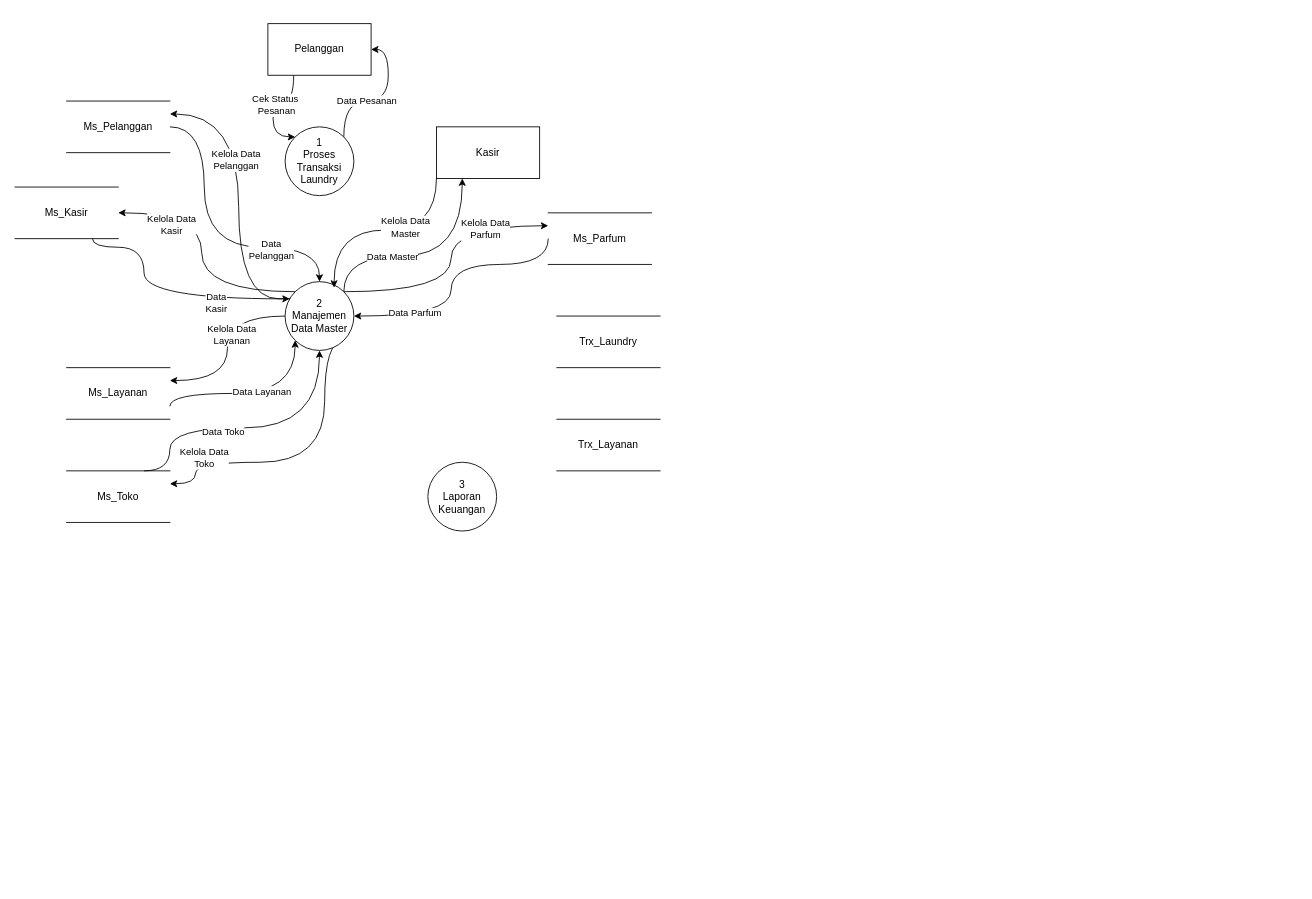
Before: DFD1.drawio in xnoname2003/flowchart, a draw.io diagram. Source tidied: cells renumbered, new cells numbered last; positions are measured from the earlier drawing's top-left corner, leaving out a move shared by most shapes. Both pictures are drawn from the tidied source at 86%, with x=0, y=0 at pixel (15, 23).
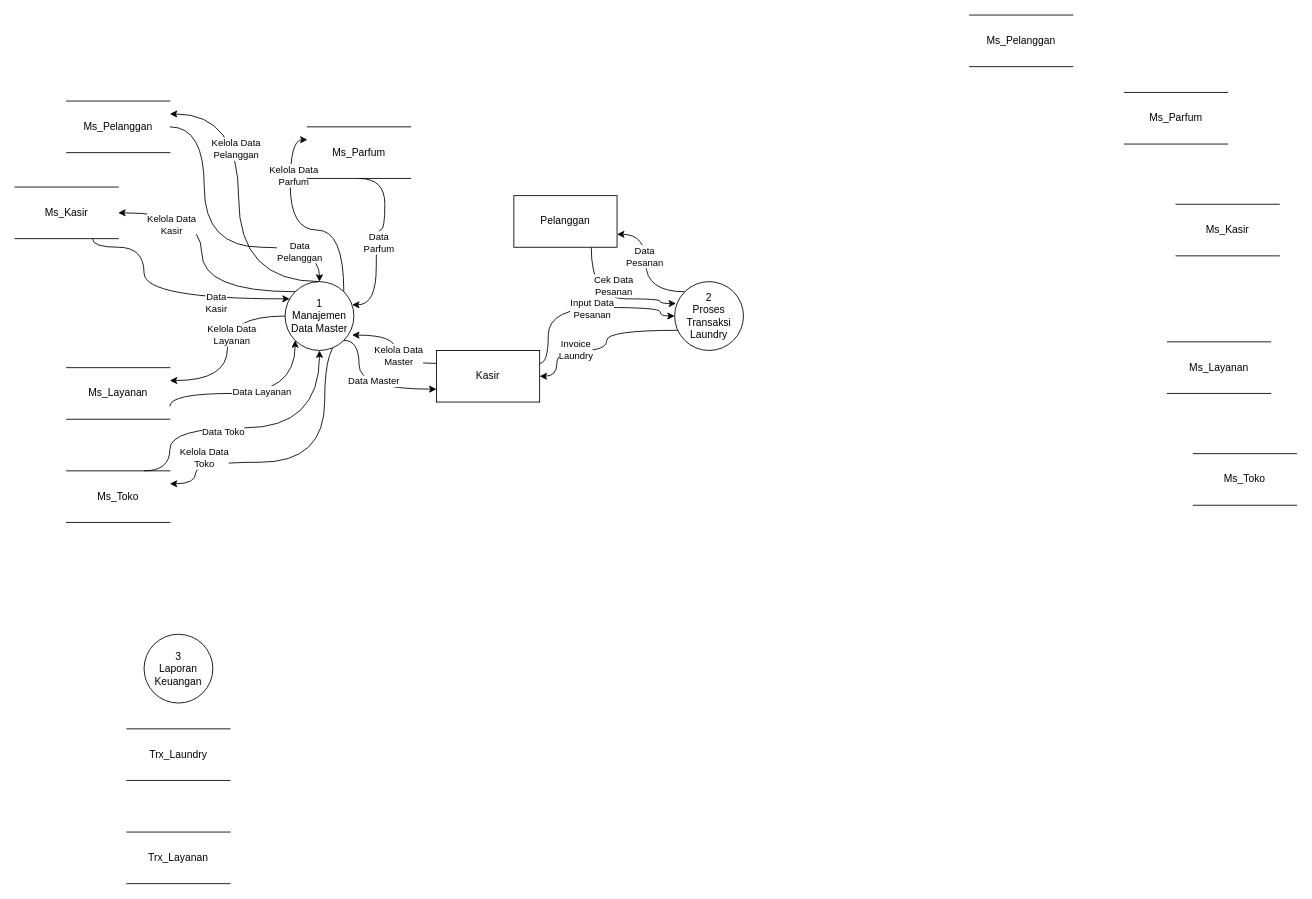
The same page after the edit.

Unchanged cells that the change refers to:
```xml
<mxCell id="23" style="edgeStyle=orthogonalEdgeStyle;shape=connector;curved=1;rounded=0;jettySize=auto;html=1;exitX=1;exitY=0.5;exitDx=0;exitDy=0;entryX=0.5;entryY=0;entryDx=0;entryDy=0;strokeColor=default;align=center;verticalAlign=middle;fontFamily=Helvetica;fontSize=11;fontColor=default;labelBackgroundColor=default;endArrow=classic;" parent="1" edge="1" source="25" target="17">
  <mxGeometry relative="1" as="geometry">
    <Array as="points">
      <mxPoint x="220" y="120" />
      <mxPoint x="220" y="260" />
      <mxPoint x="354" y="260" />
    </Array>
  </mxGeometry>
</mxCell>
<mxCell id="25" value="Ms_Pelanggan" style="shape=partialRectangle;whiteSpace=wrap;html=1;left=0;right=0;fillColor=none;" parent="1" vertex="1">
  <mxGeometry x="60" y="90" width="120" height="60" as="geometry" />
</mxCell>
```

What changed in the source:
```diff
@@
-    <mxCell id="2" style="edgeStyle=orthogonalEdgeStyle;shape=connector;curved=1;rounded=0;jettySize=auto;html=1;exitX=1;exitY=0;exitDx=0;exitDy=0;entryX=1;entryY=0.5;entryDx=0;entryDy=0;strokeColor=default;align=center;verticalAlign=middle;fontFamily=Helvetica;fontSize=11;fontColor=default;labelBackgroundColor=default;endArrow=classic;" parent="1" edge="1" source="4" target="21">
-      <mxGeometry relative="1" as="geometry" />
-    </mxCell>
-    <mxCell id="3" value="Data Pesanan" style="edgeLabel;html=1;align=center;verticalAlign=middle;fontFamily=Helvetica;fontSize=11;fontColor=default;labelBackgroundColor=default;" parent="2" vertex="1">
-      <mxGeometry x="-0.21" y="1" relative="1" as="geometry" />
-    </mxCell>
-    <mxCell id="4" value="&lt;div&gt;1&lt;/div&gt;&lt;div&gt;Proses&lt;/div&gt;&lt;div&gt;Transaksi&lt;/div&gt;&lt;div&gt;Laundry&lt;/div&gt;" style="ellipse;whiteSpace=wrap;html=1;" parent="1" vertex="1">
-      <mxGeometry x="314" y="120" width="80" height="80" as="geometry" />
-    </mxCell>
     <mxCell id="5" style="edgeStyle=orthogonalEdgeStyle;shape=connector;curved=1;rounded=0;jettySize=auto;html=1;exitX=0.5;exitY=0;exitDx=0;exitDy=0;entryX=1;entryY=0.25;entryDx=0;entryDy=0;strokeColor=default;align=center;verticalAlign=middle;fontFamily=Helvetica;fontSize=11;fontColor=default;labelBackgroundColor=default;endArrow=classic;" parent="1" edge="1" source="17" target="25">
       <mxGeometry relative="1" as="geometry">
         <Array as="points">
-          <mxPoint x="260" y="320" />
+          <mxPoint x="260" y="300" />
           <mxPoint x="260" y="105" />
         </Array>
       </mxGeometry>
     </mxCell>
@@
+    <mxCell id="15" style="edgeStyle=orthogonalEdgeStyle;shape=connector;curved=1;rounded=0;jettySize=auto;html=1;exitX=1;exitY=0;exitDx=0;exitDy=0;entryX=0;entryY=0.25;entryDx=0;entryDy=0;strokeColor=default;align=center;verticalAlign=middle;fontFamily=Helvetica;fontSize=11;fontColor=default;labelBackgroundColor=default;endArrow=classic;" parent="1" edge="1" source="17" target="37">
+      <mxGeometry relative="1" as="geometry">
+        <Array as="points">
+          <mxPoint x="383" y="240" />
+          <mxPoint x="320" y="240" />
+          <mxPoint x="320" y="135" />
+        </Array>
+      </mxGeometry>
+    </mxCell>
+    <mxCell id="16" value="Kelola Data&lt;br&gt;Parfum" style="edgeLabel;html=1;align=center;verticalAlign=middle;fontFamily=Helvetica;fontSize=11;fontColor=default;labelBackgroundColor=default;" parent="15" vertex="1">
+      <mxGeometry x="0.53" y="-3" relative="1" as="geometry" />
+    </mxCell>
-    <mxCell id="13" style="edgeStyle=orthogonalEdgeStyle;shape=connector;curved=1;rounded=0;jettySize=auto;html=1;exitX=1;exitY=0;exitDx=0;exitDy=0;entryX=0.25;entryY=1;entryDx=0;entryDy=0;strokeColor=default;align=center;verticalAlign=middle;fontFamily=Helvetica;fontSize=11;fontColor=default;labelBackgroundColor=default;endArrow=classic;" parent="1" edge="1" source="17" target="22">
+    <mxCell id="13" style="edgeStyle=orthogonalEdgeStyle;shape=connector;curved=1;rounded=0;jettySize=auto;html=1;exitX=1;exitY=1;exitDx=0;exitDy=0;entryX=0;entryY=0.75;entryDx=0;entryDy=0;strokeColor=default;align=center;verticalAlign=middle;fontFamily=Helvetica;fontSize=11;fontColor=default;labelBackgroundColor=default;endArrow=classic;" parent="1" edge="1" source="17" target="22">
       <mxGeometry relative="1" as="geometry">
         <Array as="points">
-          <mxPoint x="383" y="270" />
-          <mxPoint x="520" y="270" />
+          <mxPoint x="400" y="368" />
+          <mxPoint x="400" y="425" />
         </Array>
       </mxGeometry>
     </mxCell>
     <mxCell id="14" value="Data Master" style="edgeLabel;html=1;align=center;verticalAlign=middle;fontFamily=Helvetica;fontSize=11;fontColor=default;labelBackgroundColor=default;" parent="13" vertex="1">
-      <mxGeometry x="-0.27" relative="1" as="geometry" />
+      <mxGeometry x="0.11" y="10" relative="1" as="geometry" />
     </mxCell>
-    <mxCell id="15" style="edgeStyle=orthogonalEdgeStyle;shape=connector;curved=1;rounded=0;jettySize=auto;html=1;exitX=1;exitY=0;exitDx=0;exitDy=0;entryX=0;entryY=0.25;entryDx=0;entryDy=0;strokeColor=default;align=center;verticalAlign=middle;fontFamily=Helvetica;fontSize=11;fontColor=default;labelBackgroundColor=default;endArrow=classic;" parent="1" edge="1" source="17" target="37">
-      <mxGeometry relative="1" as="geometry" />
-    </mxCell>
-    <mxCell id="16" value="Kelola Data&lt;br&gt;Parfum" style="edgeLabel;html=1;align=center;verticalAlign=middle;fontFamily=Helvetica;fontSize=11;fontColor=default;labelBackgroundColor=default;" parent="15" vertex="1">
-      <mxGeometry x="0.53" y="-3" relative="1" as="geometry" />
-    </mxCell>
-    <mxCell id="17" value="&lt;div&gt;2&lt;/div&gt;&lt;div&gt;Manajemen&lt;/div&gt;&lt;div&gt;Data Master&lt;/div&gt;" style="ellipse;whiteSpace=wrap;html=1;" parent="1" vertex="1">
+    <mxCell id="17" value="&lt;div&gt;&lt;span style=&quot;background-color: transparent; color: light-dark(rgb(0, 0, 0), rgb(255, 255, 255));&quot;&gt;1&lt;/span&gt;&lt;/div&gt;&lt;div&gt;&lt;span style=&quot;background-color: transparent; color: light-dark(rgb(0, 0, 0), rgb(255, 255, 255));&quot;&gt;Manajemen&lt;/span&gt;&lt;/div&gt;&lt;div&gt;Data Master&lt;/div&gt;" style="ellipse;whiteSpace=wrap;html=1;" parent="1" vertex="1">
       <mxGeometry x="314" y="300" width="80" height="80" as="geometry" />
     </mxCell>
     <mxCell id="18" value="&lt;div&gt;3&lt;/div&gt;&lt;div&gt;Laporan&lt;/div&gt;&lt;div&gt;Keuangan&lt;/div&gt;" style="ellipse;whiteSpace=wrap;html=1;" parent="1" vertex="1">
-      <mxGeometry x="480" y="510" width="80" height="80" as="geometry" />
+      <mxGeometry x="150" y="710" width="80" height="80" as="geometry" />
     </mxCell>
-    <mxCell id="19" style="edgeStyle=orthogonalEdgeStyle;rounded=0;jettySize=auto;html=1;exitX=0.25;exitY=1;exitDx=0;exitDy=0;entryX=0;entryY=0;entryDx=0;entryDy=0;curved=1;" parent="1" edge="1" source="21" target="4">
-      <mxGeometry relative="1" as="geometry">
-        <Array as="points">
-          <mxPoint x="324" y="90" />
-          <mxPoint x="300" y="90" />
-          <mxPoint x="300" y="132" />
-        </Array>
-      </mxGeometry>
-    </mxCell>
-    <mxCell id="20" value="Cek Status&amp;nbsp;&lt;div&gt;Pesanan&lt;/div&gt;" style="edgeLabel;html=1;align=center;verticalAlign=middle;" parent="19" vertex="1">
-      <mxGeometry x="-0.04" y="3" relative="1" as="geometry" />
-    </mxCell>
-    <mxCell id="21" value="Pelanggan" style="rounded=0;whiteSpace=wrap;html=1;" parent="1" vertex="1">
-      <mxGeometry x="294" width="120" height="60" as="geometry" />
-    </mxCell>
+    <mxCell id="42" style="edgeStyle=orthogonalEdgeStyle;shape=connector;curved=1;rounded=0;jettySize=auto;html=1;exitX=1;exitY=0.25;exitDx=0;exitDy=0;entryX=0;entryY=0.5;entryDx=0;entryDy=0;strokeColor=default;align=center;verticalAlign=middle;fontFamily=Helvetica;fontSize=11;fontColor=default;labelBackgroundColor=default;endArrow=classic;" parent="1" edge="1" source="22" target="4">
+      <mxGeometry relative="1" as="geometry">
+        <Array as="points">
+          <mxPoint x="620" y="395" />
+          <mxPoint x="620" y="330" />
+          <mxPoint x="750" y="330" />
+          <mxPoint x="750" y="340" />
+        </Array>
+      </mxGeometry>
+    </mxCell>
+    <mxCell id="43" value="Input Data&lt;br&gt;Pesanan" style="edgeLabel;html=1;align=center;verticalAlign=middle;fontFamily=Helvetica;fontSize=11;fontColor=default;labelBackgroundColor=default;" parent="42" vertex="1">
+      <mxGeometry x="0.08" y="-1" relative="1" as="geometry" />
+    </mxCell>
     <mxCell id="22" value="Kasir" style="rounded=0;whiteSpace=wrap;html=1;" parent="1" vertex="1">
-      <mxGeometry x="490" y="120" width="120" height="60" as="geometry" />
+      <mxGeometry x="490" y="380" width="120" height="60" as="geometry" />
     </mxCell>
@@
     <mxCell id="24" value="Data&lt;div&gt;Pelanggan&lt;/div&gt;" style="edgeLabel;html=1;align=center;verticalAlign=middle;fontFamily=Helvetica;fontSize=11;fontColor=default;labelBackgroundColor=default;" parent="23" vertex="1">
-      <mxGeometry x="0.45" y="-2" relative="1" as="geometry" />
+      <mxGeometry x="0.64" y="-4" relative="1" as="geometry" />
     </mxCell>
@@
-    <mxCell id="35" style="edgeStyle=orthogonalEdgeStyle;shape=connector;curved=1;rounded=0;jettySize=auto;html=1;exitX=0;exitY=0.5;exitDx=0;exitDy=0;entryX=1;entryY=0.5;entryDx=0;entryDy=0;strokeColor=default;align=center;verticalAlign=middle;fontFamily=Helvetica;fontSize=11;fontColor=default;labelBackgroundColor=default;endArrow=classic;" parent="1" edge="1" source="37" target="17">
-      <mxGeometry relative="1" as="geometry">
-        <Array as="points">
-          <mxPoint x="620" y="280" />
-          <mxPoint x="507" y="280" />
-          <mxPoint x="507" y="340" />
-        </Array>
-      </mxGeometry>
-    </mxCell>
-    <mxCell id="36" value="Data Parfum" style="edgeLabel;html=1;align=center;verticalAlign=middle;fontFamily=Helvetica;fontSize=11;fontColor=default;labelBackgroundColor=default;" parent="35" vertex="1">
-      <mxGeometry x="0.56" y="-4" relative="1" as="geometry" />
-    </mxCell>
     <mxCell id="37" value="Ms_Parfum" style="shape=partialRectangle;whiteSpace=wrap;html=1;left=0;right=0;fillColor=none;" parent="1" vertex="1">
-      <mxGeometry x="620" y="220" width="120" height="60" as="geometry" />
+      <mxGeometry x="340" y="120" width="120" height="60" as="geometry" />
     </mxCell>
     <mxCell id="38" value="Trx_Laundry" style="shape=partialRectangle;whiteSpace=wrap;html=1;left=0;right=0;fillColor=none;" parent="1" vertex="1">
-      <mxGeometry x="630" y="340" width="120" height="60" as="geometry" />
+      <mxGeometry x="130" y="820" width="120" height="60" as="geometry" />
     </mxCell>
     <mxCell id="39" value="Trx_Layanan" style="shape=partialRectangle;whiteSpace=wrap;html=1;left=0;right=0;fillColor=none;" parent="1" vertex="1">
-      <mxGeometry x="630" y="460" width="120" height="60" as="geometry" />
+      <mxGeometry x="130" y="940" width="120" height="60" as="geometry" />
     </mxCell>
-    <mxCell id="40" style="edgeStyle=orthogonalEdgeStyle;shape=connector;curved=1;rounded=0;jettySize=auto;html=1;exitX=0;exitY=1;exitDx=0;exitDy=0;entryX=0.712;entryY=0.087;entryDx=0;entryDy=0;entryPerimeter=0;strokeColor=default;align=center;verticalAlign=middle;fontFamily=Helvetica;fontSize=11;fontColor=default;labelBackgroundColor=default;endArrow=classic;" parent="1" edge="1" source="22" target="17">
+    <mxCell id="40" style="edgeStyle=orthogonalEdgeStyle;shape=connector;curved=1;rounded=0;jettySize=auto;html=1;exitX=0;exitY=0.25;exitDx=0;exitDy=0;entryX=0.974;entryY=0.777;entryDx=0;entryDy=0;entryPerimeter=0;strokeColor=default;align=center;verticalAlign=middle;fontFamily=Helvetica;fontSize=11;fontColor=default;labelBackgroundColor=default;endArrow=classic;" parent="1" edge="1" source="22" target="17">
       <mxGeometry relative="1" as="geometry" />
     </mxCell>
-    <mxCell id="41" value="Kelola Data&lt;br&gt;Master" style="edgeLabel;html=1;align=center;verticalAlign=middle;fontFamily=Helvetica;fontSize=11;fontColor=default;labelBackgroundColor=default;" parent="40" vertex="1">
-      <mxGeometry x="-0.21" y="-4" relative="1" as="geometry" />
+    <mxCell id="41" value="Kelola Data&lt;div&gt;Master&lt;/div&gt;" style="edgeLabel;html=1;align=center;verticalAlign=middle;fontFamily=Helvetica;fontSize=11;fontColor=default;labelBackgroundColor=default;" parent="40" vertex="1">
+      <mxGeometry x="-0.12" y="-3" relative="1" as="geometry" />
     </mxCell>
+    <mxCell id="35" style="edgeStyle=orthogonalEdgeStyle;shape=connector;curved=1;rounded=0;jettySize=auto;html=1;exitX=0.5;exitY=1;exitDx=0;exitDy=0;entryX=0.974;entryY=0.337;entryDx=0;entryDy=0;entryPerimeter=0;strokeColor=default;align=center;verticalAlign=middle;fontFamily=Helvetica;fontSize=11;fontColor=default;labelBackgroundColor=default;endArrow=classic;" parent="1" edge="1" source="37" target="17">
+      <mxGeometry relative="1" as="geometry">
+        <Array as="points">
+          <mxPoint x="430" y="180" />
+          <mxPoint x="430" y="240" />
+          <mxPoint x="420" y="240" />
+          <mxPoint x="420" y="327" />
+        </Array>
+      </mxGeometry>
+    </mxCell>
+    <mxCell id="36" value="Data&lt;div&gt;Parfum&lt;/div&gt;" style="edgeLabel;html=1;align=center;verticalAlign=middle;fontFamily=Helvetica;fontSize=11;fontColor=default;labelBackgroundColor=default;" parent="35" vertex="1">
+      <mxGeometry x="0.06" y="2" relative="1" as="geometry" />
+    </mxCell>
+    <mxCell id="44" value="Ms_Pelanggan" style="shape=partialRectangle;whiteSpace=wrap;html=1;left=0;right=0;fillColor=none;" parent="1" vertex="1">
+      <mxGeometry x="1110" y="-10" width="120" height="60" as="geometry" />
+    </mxCell>
+    <mxCell id="45" value="Ms_Kasir" style="shape=partialRectangle;whiteSpace=wrap;html=1;left=0;right=0;fillColor=none;" parent="1" vertex="1">
+      <mxGeometry x="1350" y="210" width="120" height="60" as="geometry" />
+    </mxCell>
+    <mxCell id="46" value="Ms_Layanan" style="shape=partialRectangle;whiteSpace=wrap;html=1;left=0;right=0;fillColor=none;" parent="1" vertex="1">
+      <mxGeometry x="1340" y="370" width="120" height="60" as="geometry" />
+    </mxCell>
+    <mxCell id="47" value="Ms_Toko" style="shape=partialRectangle;whiteSpace=wrap;html=1;left=0;right=0;fillColor=none;" parent="1" vertex="1">
+      <mxGeometry x="1370" y="500" width="120" height="60" as="geometry" />
+    </mxCell>
+    <mxCell id="48" value="Ms_Parfum" style="shape=partialRectangle;whiteSpace=wrap;html=1;left=0;right=0;fillColor=none;" parent="1" vertex="1">
+      <mxGeometry x="1290" y="80" width="120" height="60" as="geometry" />
+    </mxCell>
+    <mxCell id="2" style="edgeStyle=orthogonalEdgeStyle;shape=connector;curved=1;rounded=0;jettySize=auto;html=1;exitX=0;exitY=0;exitDx=0;exitDy=0;entryX=1;entryY=0.75;entryDx=0;entryDy=0;strokeColor=default;align=center;verticalAlign=middle;fontFamily=Helvetica;fontSize=11;fontColor=default;labelBackgroundColor=default;endArrow=classic;" parent="1" edge="1" source="4" target="21">
+      <mxGeometry relative="1" as="geometry" />
+    </mxCell>
+    <mxCell id="3" value="Data&lt;div&gt;Pesanan&lt;/div&gt;" style="edgeLabel;html=1;align=center;verticalAlign=middle;fontFamily=Helvetica;fontSize=11;fontColor=default;labelBackgroundColor=default;" parent="2" vertex="1">
+      <mxGeometry x="0.18" y="2" relative="1" as="geometry" />
+    </mxCell>
+    <mxCell id="49" style="edgeStyle=orthogonalEdgeStyle;shape=connector;curved=1;rounded=0;jettySize=auto;html=1;exitX=0.054;exitY=0.707;exitDx=0;exitDy=0;entryX=1;entryY=0.5;entryDx=0;entryDy=0;strokeColor=default;align=center;verticalAlign=middle;fontFamily=Helvetica;fontSize=11;fontColor=default;labelBackgroundColor=default;endArrow=classic;exitPerimeter=0;" parent="1" edge="1" source="4" target="22">
+      <mxGeometry relative="1" as="geometry">
+        <Array as="points">
+          <mxPoint x="688" y="357" />
+          <mxPoint x="688" y="380" />
+          <mxPoint x="630" y="380" />
+          <mxPoint x="630" y="410" />
+        </Array>
+      </mxGeometry>
+    </mxCell>
+    <mxCell id="50" value="Invoice&lt;div&gt;Laundry&lt;/div&gt;" style="edgeLabel;html=1;align=center;verticalAlign=middle;fontFamily=Helvetica;fontSize=11;fontColor=default;labelBackgroundColor=default;" parent="49" vertex="1">
+      <mxGeometry x="0.33" y="-2" relative="1" as="geometry" />
+    </mxCell>
+    <mxCell id="4" value="&lt;div&gt;2&lt;/div&gt;&lt;div&gt;Proses&lt;/div&gt;&lt;div&gt;Transaksi&lt;/div&gt;&lt;div&gt;Laundry&lt;/div&gt;" style="ellipse;whiteSpace=wrap;html=1;" parent="1" vertex="1">
+      <mxGeometry x="767" y="300" width="80" height="80" as="geometry" />
+    </mxCell>
+    <mxCell id="21" value="Pelanggan" style="rounded=0;whiteSpace=wrap;html=1;" parent="1" vertex="1">
+      <mxGeometry x="580" y="200" width="120" height="60" as="geometry" />
+    </mxCell>
+    <mxCell id="19" style="edgeStyle=orthogonalEdgeStyle;shape=connector;curved=1;rounded=0;jettySize=auto;html=1;exitX=0.75;exitY=1;exitDx=0;exitDy=0;entryX=0.019;entryY=0.318;entryDx=0;entryDy=0;entryPerimeter=0;strokeColor=default;align=center;verticalAlign=middle;fontFamily=Helvetica;fontSize=11;fontColor=default;labelBackgroundColor=default;endArrow=classic;" parent="1" edge="1" source="21" target="4">
+      <mxGeometry relative="1" as="geometry">
+        <Array as="points">
+          <mxPoint x="670" y="320" />
+          <mxPoint x="750" y="320" />
+          <mxPoint x="750" y="325" />
+        </Array>
+      </mxGeometry>
+    </mxCell>
+    <mxCell id="51" value="Cek Data&lt;br&gt;Pesanan" style="edgeLabel;html=1;align=center;verticalAlign=middle;fontFamily=Helvetica;fontSize=11;fontColor=default;labelBackgroundColor=default;" parent="19" vertex="1">
+      <mxGeometry x="0.04" y="16" relative="1" as="geometry" />
+    </mxCell>
```
